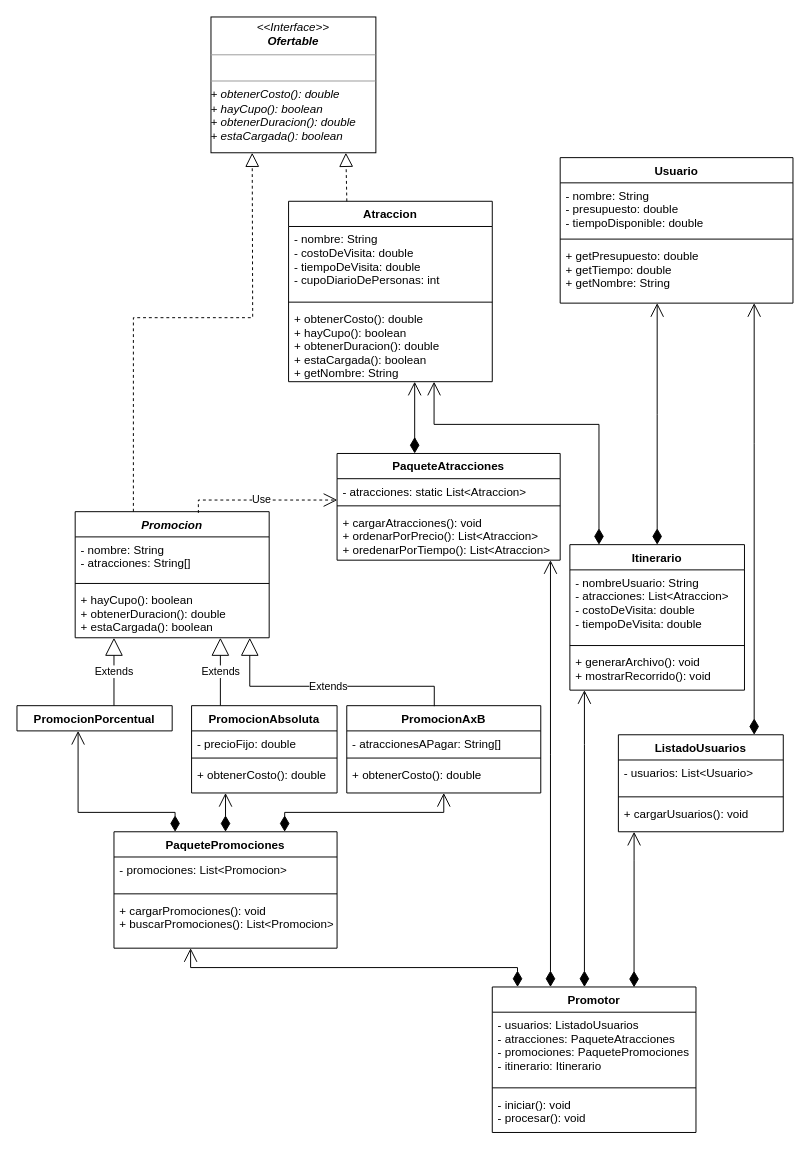
Above: UML/TierraMedia.drawio in telejam/Turismo-en-la-Tierra-Media-1 (draw.io), before the change. Source tidied: cells renumbered, new cells numbered last; positions are measured from the earlier drawing's top-left corner, leaving out a move shared by most shapes. Both pictures are drawn from the tidied source at 97%, with x=0, y=0 at pixel (16, 16).
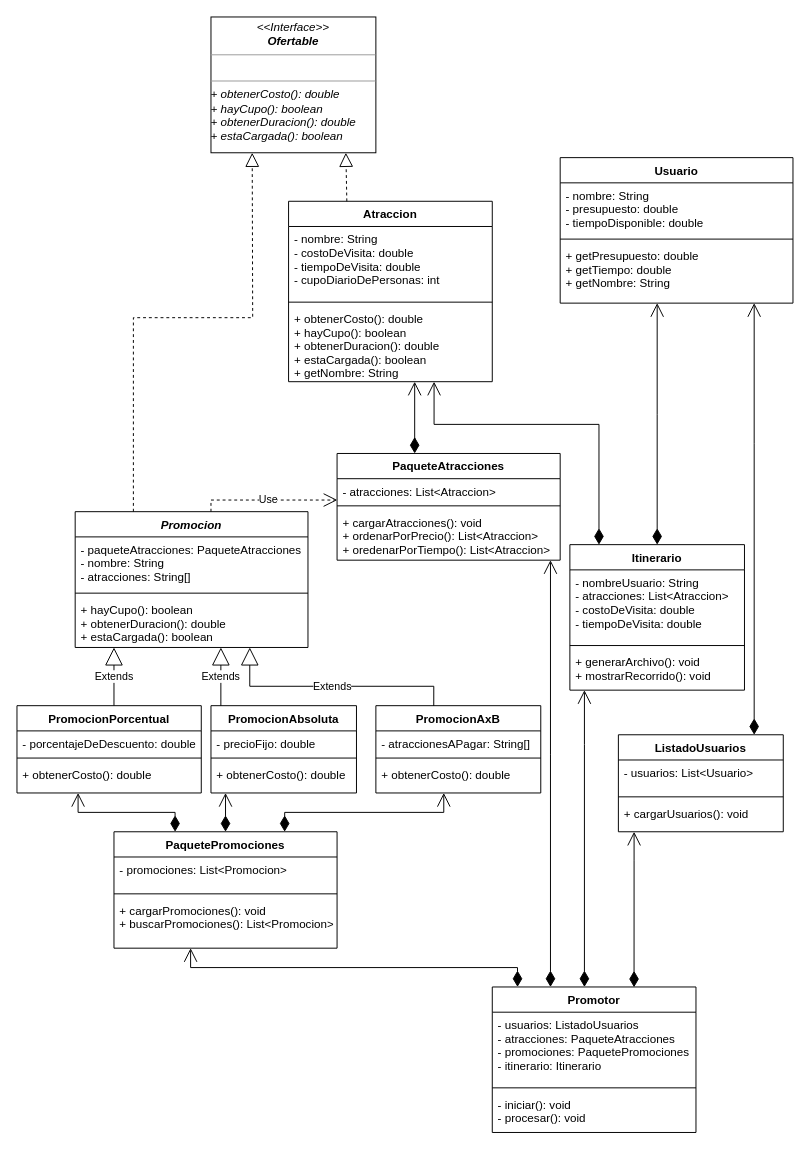
Above is the later version.

Unchanged cells that the change refers to:
```xml
<mxCell id="36" value="PaqueteAtracciones" style="swimlane;fontStyle=1;align=center;verticalAlign=top;horizontal=1;startSize=26;" parent="1" vertex="1">
  <mxGeometry x="330" y="450" width="230" height="110" as="geometry" />
</mxCell>
<mxCell id="57" value="&lt;p style=&quot;margin: 0px ; margin-top: 4px ; text-align: center&quot;&gt;&lt;span&gt;&amp;lt;&amp;lt;Interface&amp;gt;&amp;gt;&lt;/span&gt;&lt;br&gt;&lt;b&gt;Ofertable&lt;/b&gt;&lt;/p&gt;&lt;hr size=&quot;1&quot;&gt;&lt;p style=&quot;margin: 0px ; margin-left: 4px&quot;&gt;&amp;nbsp;&lt;/p&gt;&lt;hr size=&quot;1&quot;&gt;&lt;span style=&quot;&quot;&gt;+ obtenerCosto(): double&lt;/span&gt;&lt;br&gt;+ hayCupo(): boolean&lt;br&gt;&lt;span style=&quot;&quot;&gt;+ obtenerDuracion(): double&lt;/span&gt;&lt;br&gt;&lt;p style=&quot;margin: 0px 0px 0px 4px&quot;&gt;&lt;/p&gt;+ estaCargada(): boolean&lt;br&gt;&lt;div style=&quot;padding: 0px ; margin: 0px&quot;&gt;&lt;br style=&quot;padding: 0px ; margin: 0px&quot;&gt;&lt;/div&gt;" style="verticalAlign=top;align=left;overflow=fill;fontSize=12;fontFamily=Helvetica;html=1;fontStyle=2;" parent="1" vertex="1">
  <mxGeometry x="200" width="170" height="140" as="geometry" />
</mxCell>
```

Diff of the diagram source:
```diff
@@
     <mxCell id="10" value="Promocion" style="swimlane;fontStyle=3;align=center;verticalAlign=top;horizontal=1;startSize=26;" parent="1" vertex="1">
-      <mxGeometry x="60" y="510" width="200" height="130" as="geometry" />
+      <mxGeometry x="60" y="510" width="240" height="140" as="geometry" />
     </mxCell>
-    <mxCell id="11" value="- nombre: String&#10;- atracciones: String[]" style="text;strokeColor=none;fillColor=none;align=left;verticalAlign=top;spacingLeft=4;spacingRight=4;overflow=hidden;" parent="10" vertex="1">
-      <mxGeometry y="26" width="200" height="44" as="geometry" />
+    <mxCell id="11" value="- paqueteAtracciones: PaqueteAtracciones&#10;- nombre: String&#10;- atracciones: String[]" style="text;strokeColor=none;fillColor=none;align=left;verticalAlign=top;spacingLeft=4;spacingRight=4;overflow=hidden;" parent="10" vertex="1">
+      <mxGeometry y="26" width="240" height="54" as="geometry" />
     </mxCell>
     <mxCell id="12" style="line;strokeWidth=1;fillColor=none;align=left;verticalAlign=middle;spacingTop=-1;spacingLeft=3;spacingRight=3;labelPosition=right;" parent="10" vertex="1">
-      <mxGeometry y="70" width="200" height="8" as="geometry" />
+      <mxGeometry y="80" width="240" height="8" as="geometry" />
     </mxCell>
     <mxCell id="13" value="+ hayCupo(): boolean&#10;+ obtenerDuracion(): double&#10;+ estaCargada(): boolean" style="text;strokeColor=none;fillColor=none;align=left;verticalAlign=top;spacingLeft=4;spacingRight=4;overflow=hidden;fontStyle=0;" parent="10" vertex="1">
-      <mxGeometry y="78" width="200" height="52" as="geometry" />
+      <mxGeometry y="88" width="240" height="52" as="geometry" />
     </mxCell>
@@
-    <mxCell id="18" value="PromocionPorcentual" style="swimlane;fontStyle=1;align=center;verticalAlign=top;horizontal=1;startSize=26;" parent="1" vertex="1" collapsed="1">
-      <mxGeometry y="710" width="160" height="26" as="geometry" />
+    <mxCell id="18" value="PromocionPorcentual" style="swimlane;fontStyle=1;align=center;verticalAlign=top;horizontal=1;startSize=26;" parent="1" vertex="1">
+      <mxGeometry y="710" width="190" height="90" as="geometry" />
     </mxCell>
+    <mxCell id="61" value="- porcentajeDeDescuento: double" style="text;strokeColor=none;fillColor=none;align=left;verticalAlign=top;spacingLeft=4;spacingRight=4;overflow=hidden;" parent="18" vertex="1">
+      <mxGeometry y="26" width="190" height="24" as="geometry" />
+    </mxCell>
+    <mxCell id="62" style="line;strokeWidth=1;fillColor=none;align=left;verticalAlign=middle;spacingTop=-1;spacingLeft=3;spacingRight=3;labelPosition=right;" parent="18" vertex="1">
+      <mxGeometry y="50" width="190" height="8" as="geometry" />
+    </mxCell>
+    <mxCell id="63" value="+ obtenerCosto(): double" style="text;strokeColor=none;fillColor=none;align=left;verticalAlign=top;spacingLeft=4;spacingRight=4;overflow=hidden;" parent="18" vertex="1">
+      <mxGeometry y="58" width="190" height="32" as="geometry" />
+    </mxCell>
     <mxCell id="19" value="PromocionAbsoluta" style="swimlane;fontStyle=1;align=center;verticalAlign=top;horizontal=1;startSize=26;" parent="1" vertex="1">
-      <mxGeometry x="180" y="710" width="150" height="90" as="geometry" />
+      <mxGeometry x="200" y="710" width="150" height="90" as="geometry" />
     </mxCell>
@@
     <mxCell id="23" value="PromocionAxB" style="swimlane;fontStyle=1;align=center;verticalAlign=top;horizontal=1;startSize=26;" parent="1" vertex="1">
-      <mxGeometry x="340" y="710" width="200" height="90" as="geometry" />
+      <mxGeometry x="370" y="710" width="170" height="90" as="geometry" />
     </mxCell>
     <mxCell id="24" value="- atraccionesAPagar: String[]" style="text;strokeColor=none;fillColor=none;align=left;verticalAlign=top;spacingLeft=4;spacingRight=4;overflow=hidden;" parent="23" vertex="1">
-      <mxGeometry y="26" width="200" height="24" as="geometry" />
+      <mxGeometry y="26" width="170" height="24" as="geometry" />
     </mxCell>
     <mxCell id="25" style="line;strokeWidth=1;fillColor=none;align=left;verticalAlign=middle;spacingTop=-1;spacingLeft=3;spacingRight=3;labelPosition=right;" parent="23" vertex="1">
-      <mxGeometry y="50" width="200" height="8" as="geometry" />
+      <mxGeometry y="50" width="170" height="8" as="geometry" />
     </mxCell>
     <mxCell id="26" value="+ obtenerCosto(): double" style="text;strokeColor=none;fillColor=none;align=left;verticalAlign=top;spacingLeft=4;spacingRight=4;overflow=hidden;" parent="23" vertex="1">
-      <mxGeometry y="58" width="200" height="32" as="geometry" />
+      <mxGeometry y="58" width="170" height="32" as="geometry" />
     </mxCell>
@@
-    <mxCell id="28" value="Extends" style="endArrow=block;endSize=16;endFill=0;html=1;rounded=0;edgeStyle=orthogonalEdgeStyle;exitX=0.198;exitY=-0.002;exitDx=0;exitDy=0;exitPerimeter=0;" parent="1" edge="1" source="19" target="10">
+    <mxCell id="28" value="Extends" style="endArrow=block;endSize=16;endFill=0;html=1;rounded=0;edgeStyle=orthogonalEdgeStyle;exitX=0.068;exitY=0.002;exitDx=0;exitDy=0;exitPerimeter=0;" parent="1" edge="1" source="19" target="10">
       <mxGeometry relative="1" as="geometry">
         <Array as="points">
           <mxPoint x="210" y="670" />
           <mxPoint x="210" y="670" />
         </Array>
       </mxGeometry>
     </mxCell>
-    <mxCell id="29" value="Extends" style="endArrow=block;endSize=16;endFill=0;html=1;rounded=0;edgeStyle=orthogonalEdgeStyle;exitX=0.451;exitY=0.006;exitDx=0;exitDy=0;exitPerimeter=0;" parent="1" edge="1" source="23" target="10">
+    <mxCell id="29" value="Extends" style="endArrow=block;endSize=16;endFill=0;html=1;rounded=0;edgeStyle=orthogonalEdgeStyle;exitX=0.351;exitY=0.003;exitDx=0;exitDy=0;exitPerimeter=0;" parent="1" edge="1" source="23" target="10">
       <mxGeometry relative="1" as="geometry">
         <Array as="points">
           <mxPoint x="430" y="690" />
           <mxPoint x="240" y="690" />
         </Array>
       </mxGeometry>
     </mxCell>
@@
-    <mxCell id="37" value="- atracciones: static List&lt;Atraccion&gt; " style="text;strokeColor=none;fillColor=none;align=left;verticalAlign=top;spacingLeft=4;spacingRight=4;overflow=hidden;points=[[0,0.5],[1,0.5]];portConstraint=eastwest;" parent="36" vertex="1">
+    <mxCell id="37" value="- atracciones: List&lt;Atraccion&gt; " style="text;strokeColor=none;fillColor=none;align=left;verticalAlign=top;spacingLeft=4;spacingRight=4;overflow=hidden;points=[[0,0.5],[1,0.5]];portConstraint=eastwest;" parent="36" vertex="1">
       <mxGeometry y="26" width="230" height="24" as="geometry" />
     </mxCell>
@@
-    <mxCell id="58" style="endArrow=block;dashed=1;endFill=0;endSize=12;html=1;rounded=0;entryX=0.25;entryY=1;entryDx=0;entryDy=0;exitX=0.3;exitY=0;exitDx=0;exitDy=0;exitPerimeter=0;" parent="1" edge="1" source="10" target="57">
+    <mxCell id="58" style="endArrow=block;dashed=1;endFill=0;endSize=12;html=1;rounded=0;entryX=0.25;entryY=1;entryDx=0;entryDy=0;exitX=0.25;exitY=0;exitDx=0;exitDy=0;exitPerimeter=0;" parent="1" edge="1" source="10" target="57">
       <mxGeometry relative="1" as="geometry">
         <Array as="points">
           <mxPoint x="120" y="310" />
           <mxPoint x="243" y="310" />
         </Array>
       </mxGeometry>
     </mxCell>
@@
-    <mxCell id="60" value="Use" style="endArrow=open;endSize=12;dashed=1;html=1;rounded=0;entryX=0.001;entryY=0.917;entryDx=0;entryDy=0;entryPerimeter=0;exitX=0.635;exitY=0.01;exitDx=0;exitDy=0;exitPerimeter=0;" parent="1" edge="1" source="10" target="37">
+    <mxCell id="60" value="Use" style="endArrow=open;endSize=12;dashed=1;html=1;rounded=0;entryX=0.001;entryY=0.917;entryDx=0;entryDy=0;entryPerimeter=0;" parent="1" edge="1" target="37">
       <mxGeometry relative="1" as="geometry">
+        <mxPoint x="200" y="510" as="sourcePoint" />
         <Array as="points">
-          <mxPoint x="187" y="498" />
+          <mxPoint x="200" y="498" />
         </Array>
       </mxGeometry>
     </mxCell>
```
